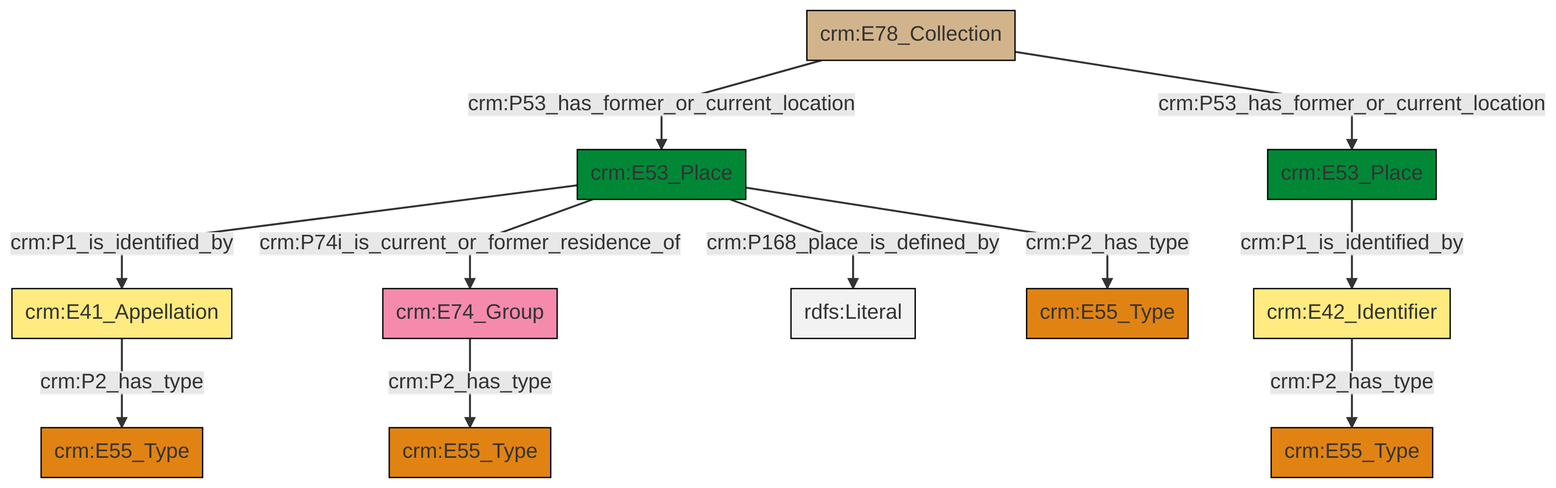
This is et/archivalCSV/ttl/mmd/png/archival_location.png from swiss-art-research-net/docs.swissartresearch, a Mermaid export, as it was before one commit. Its source is kept beside it as et/archivalCSV/ttl/mmd/archival_location.ttl.mmd.
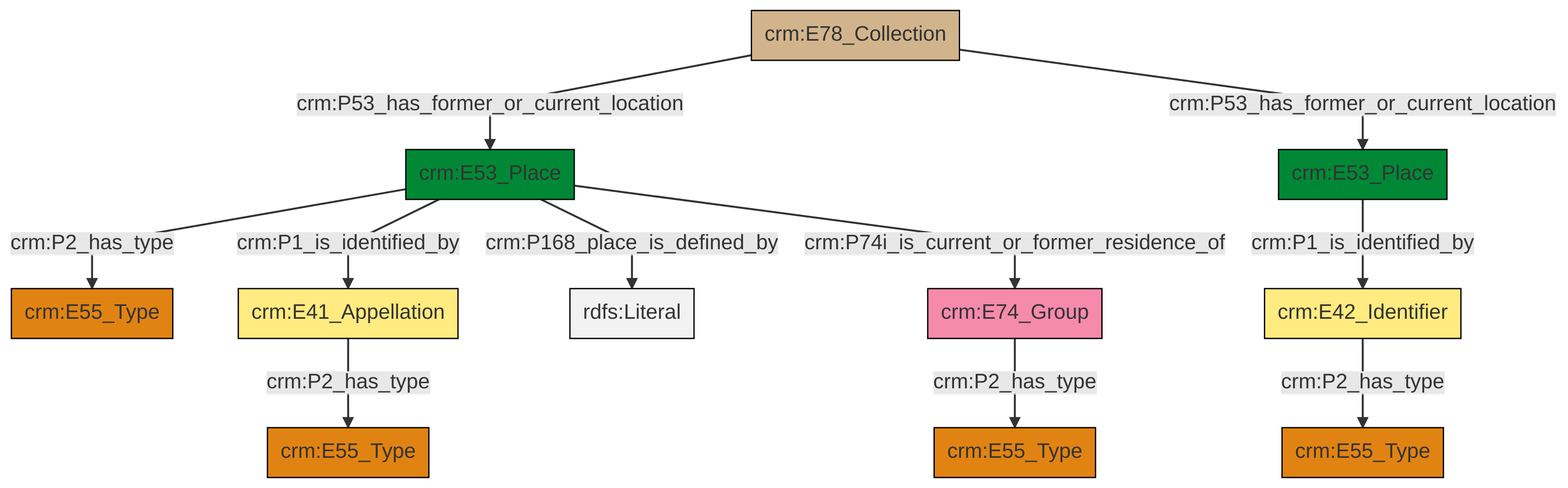
The same diagram one commit later.

Diff of the diagram source:
```diff
@@ -13,13 +13,13 @@
 classDef PC_Classes fill:#4ce600, stroke:#000000;
 classDef Multi fill:#cccccc,stroke:#000000;
 
-0["crm:E41_Appellation"]:::Appellation -->|crm:P2_has_type| 1["crm:E55_Type"]:::Type
-2["crm:E53_Place"]:::Place -->|crm:P1_is_identified_by| 0["crm:E41_Appellation"]:::Appellation
-3["crm:E53_Place"]:::Place -->|crm:P1_is_identified_by| 4["crm:E42_Identifier"]:::Appellation
-2["crm:E53_Place"]:::Place -->|crm:P74i_is_current_or_former_residence_of| 5["crm:E74_Group"]:::Actor
-2["crm:E53_Place"]:::Place -->|crm:P168_place_is_defined_by| 11[rdfs:Literal]:::Literal
-5["crm:E74_Group"]:::Actor -->|crm:P2_has_type| 6["crm:E55_Type"]:::Type
-2["crm:E53_Place"]:::Place -->|crm:P2_has_type| 15["crm:E55_Type"]:::Type
-19["crm:E78_Collection"]:::Physical_Thing -->|crm:P53_has_former_or_current_location| 2["crm:E53_Place"]:::Place
-4["crm:E42_Identifier"]:::Appellation -->|crm:P2_has_type| 12["crm:E55_Type"]:::Type
-19["crm:E78_Collection"]:::Physical_Thing -->|crm:P53_has_former_or_current_location| 3["crm:E53_Place"]:::Place
+4["crm:E53_Place"]:::Place -->|crm:P2_has_type| 5["crm:E55_Type"]:::Type
+6["crm:E78_Collection"]:::Physical_Thing -->|crm:P53_has_former_or_current_location| 4["crm:E53_Place"]:::Place
+8["crm:E53_Place"]:::Place -->|crm:P1_is_identified_by| 9["crm:E42_Identifier"]:::Appellation
+0["crm:E41_Appellation"]:::Appellation -->|crm:P2_has_type| 2["crm:E55_Type"]:::Type
+9["crm:E42_Identifier"]:::Appellation -->|crm:P2_has_type| 12["crm:E55_Type"]:::Type
+4["crm:E53_Place"]:::Place -->|crm:P1_is_identified_by| 0["crm:E41_Appellation"]:::Appellation
+6["crm:E78_Collection"]:::Physical_Thing -->|crm:P53_has_former_or_current_location| 8["crm:E53_Place"]:::Place
+15["crm:E74_Group"]:::Actor -->|crm:P2_has_type| 10["crm:E55_Type"]:::Type
+4["crm:E53_Place"]:::Place -->|crm:P168_place_is_defined_by| 21[rdfs:Literal]:::Literal
+4["crm:E53_Place"]:::Place -->|crm:P74i_is_current_or_former_residence_of| 15["crm:E74_Group"]:::Actor
```
